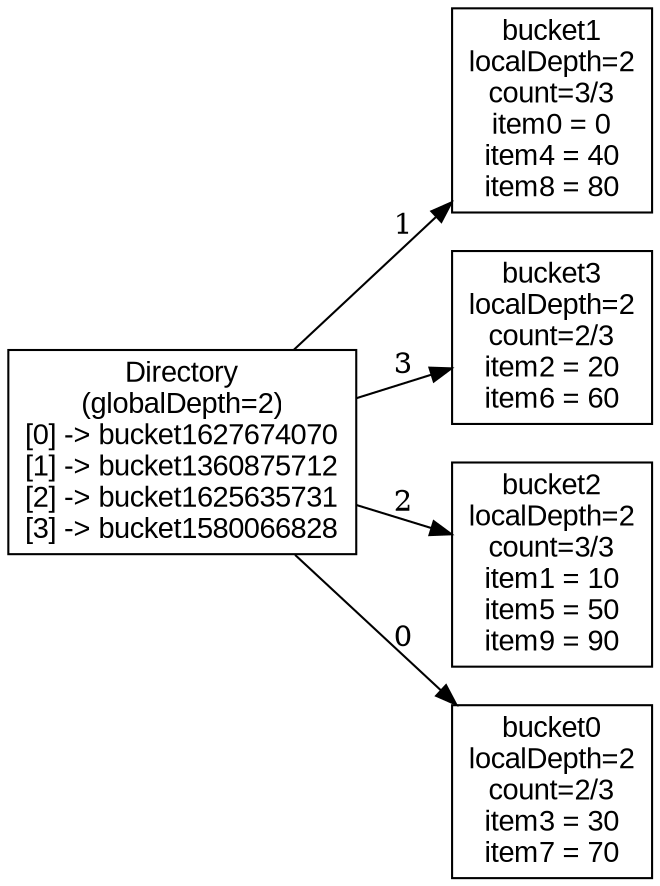
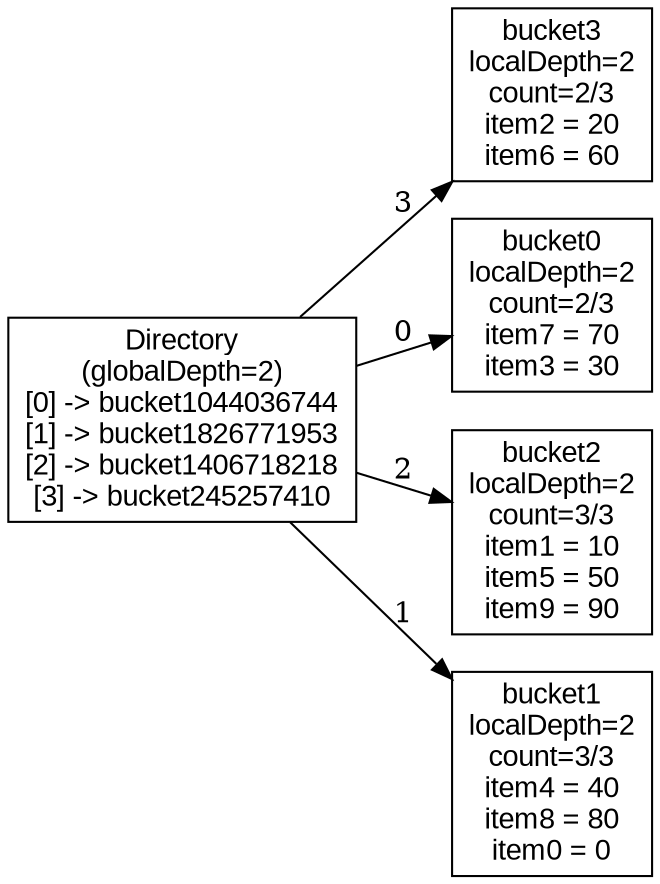
digraph "test5_full_after_inserts" {
  rankdir=LR;
  node [shape=box, fontname=Arial];
-   dir [label="Directory\n(globalDepth=2)\n[0] -> bucket1627674070\n[1] -> bucket1360875712\n[2] -> bucket1625635731\n[3] -> bucket1580066828\n"];
-   bucket1 [label="bucket1\nlocalDepth=2\ncount=3/3\nitem0 = 0\nitem4 = 40\nitem8 = 80\n"];
+   dir [label="Directory\n(globalDepth=2)\n[0] -> bucket1044036744\n[1] -> bucket1826771953\n[2] -> bucket1406718218\n[3] -> bucket245257410\n"];
  bucket3 [label="bucket3\nlocalDepth=2\ncount=2/3\nitem2 = 20\nitem6 = 60\n"];
+   bucket0 [label="bucket0\nlocalDepth=2\ncount=2/3\nitem7 = 70\nitem3 = 30\n"];
  bucket2 [label="bucket2\nlocalDepth=2\ncount=3/3\nitem1 = 10\nitem5 = 50\nitem9 = 90\n"];
-   bucket0 [label="bucket0\nlocalDepth=2\ncount=2/3\nitem3 = 30\nitem7 = 70\n"];
+   bucket1 [label="bucket1\nlocalDepth=2\ncount=3/3\nitem4 = 40\nitem8 = 80\nitem0 = 0\n"];
  dir -> bucket0 [label="0"];
  dir -> bucket1 [label="1"];
  dir -> bucket2 [label="2"];
  dir -> bucket3 [label="3"];
}
